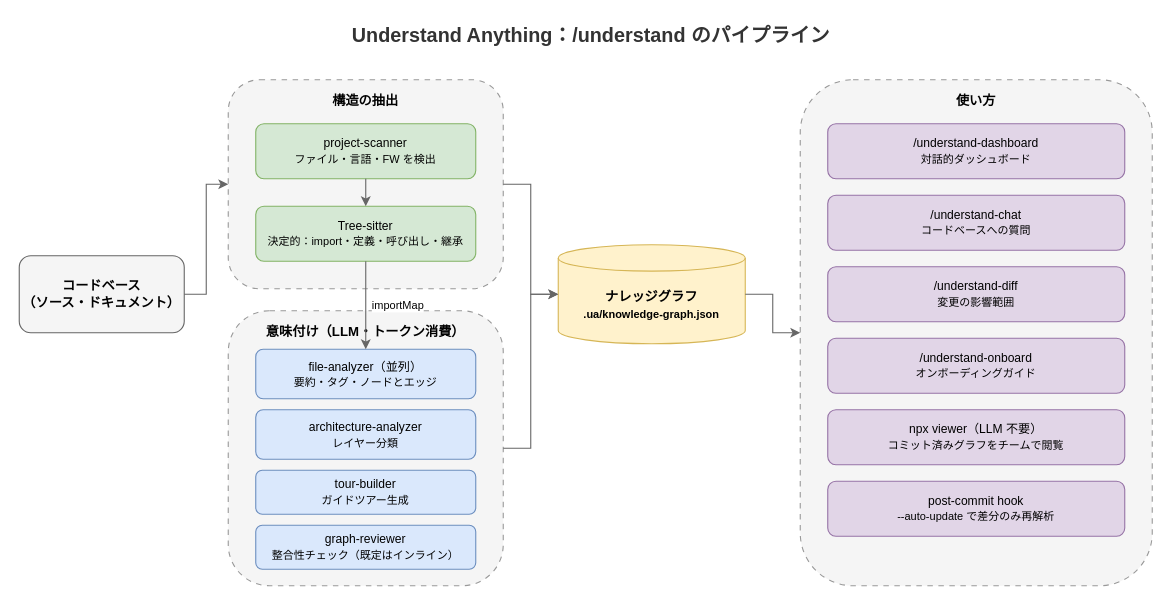
This is static/images/understand-anything-pipeline.drawio from hdknr/blogs, a draw.io file, before an edit. Source tidied: cells renumbered, new cells numbered last; positions are measured from the earlier drawing's top-left corner, leaving out a move shared by most shapes. Both pictures are drawn from the tidied source at 110%, with x=0, y=0 at pixel (19, 19).
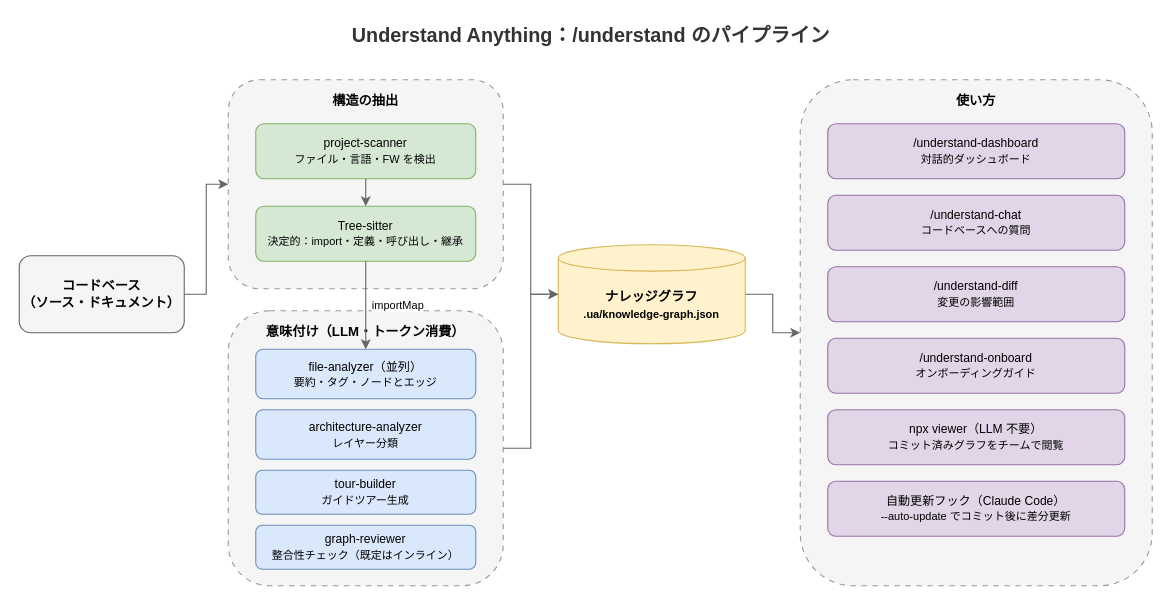
After the change.

Commit message (it also covers changes not shown here):
Add graph data/usage and team-operation sections; fix auto-update description

Change to the diagram source:
```diff
@@
-    <mxCell id="19" value="post-commit hook&lt;br&gt;&lt;font style=&quot;font-size:10px&quot;&gt;--auto-update で差分のみ再解析&lt;/font&gt;" style="rounded=1;whiteSpace=wrap;html=1;fillColor=#e1d5e7;strokeColor=#9673a6;fontSize=11;" parent="1" vertex="1">
+    <mxCell id="19" value="自動更新フック（Claude Code）&lt;br&gt;&lt;font style=&quot;font-size:10px&quot;&gt;--auto-update でコミット後に差分更新&lt;/font&gt;" style="rounded=1;whiteSpace=wrap;html=1;fillColor=#e1d5e7;strokeColor=#9673a6;fontSize=11;" parent="1" vertex="1">
       <mxGeometry x="735" y="420" width="270" height="50" as="geometry" />
     </mxCell>
```
